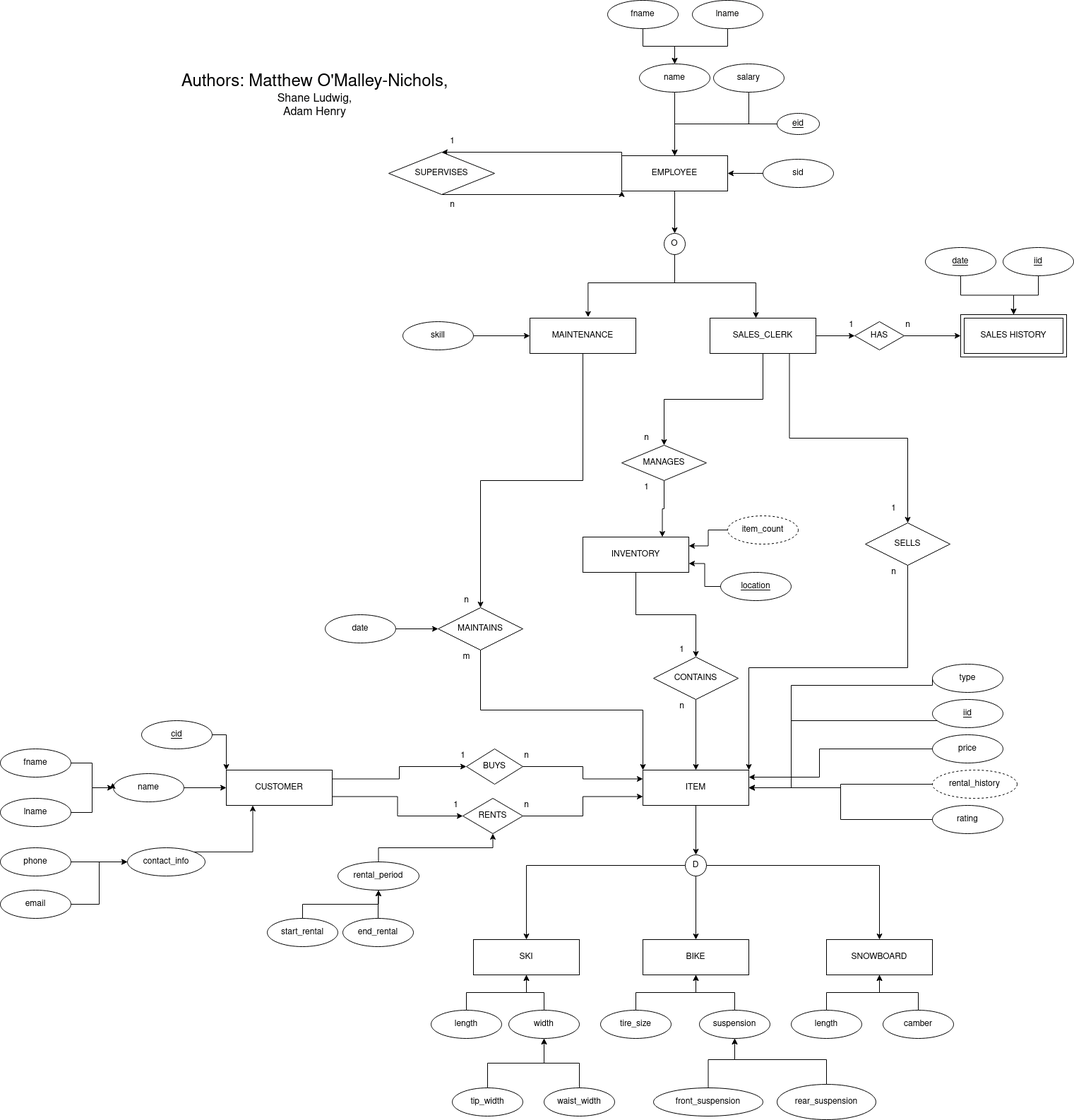
The draw.io diagram BikeShop.png in ajh416/BikeShop, before a commit. Source tidied: cells renumbered, new cells last; positions are measured from the earlier drawing's top-left corner, leaving out a move shared by most shapes.
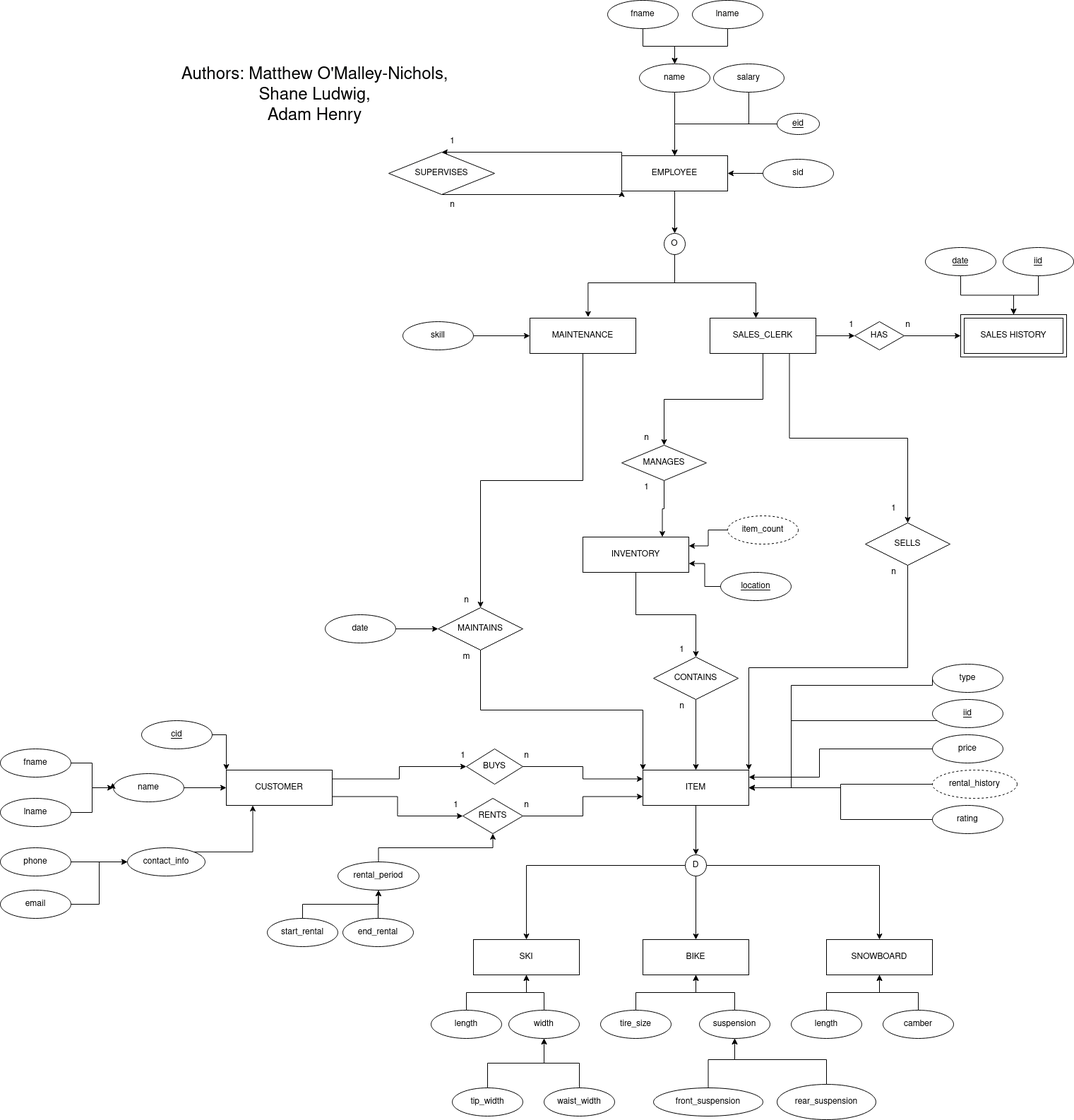
The same file after the commit.

Diff of the diagram source:
```diff
@@ -471,8 +471,8 @@
     <mxCell id="134" value="item_count" style="ellipse;whiteSpace=wrap;html=1;align=center;dashed=1;" parent="1" vertex="1">
       <mxGeometry x="1030" y="730" width="100" height="40" as="geometry" />
     </mxCell>
-    <mxCell id="135" value="&lt;div&gt;&lt;font style=&quot;font-size: 24px;&quot;&gt;Authors: Matthew O'Malley-Nichols,&lt;/font&gt;&lt;/div&gt;&lt;div&gt;&lt;font size=&quot;3&quot;&gt;Shane Ludwig,&lt;/font&gt;&lt;/div&gt;&lt;div&gt;&lt;font size=&quot;3&quot;&gt;Adam Henry&lt;br&gt;&lt;/font&gt;&lt;/div&gt;" style="text;html=1;align=center;verticalAlign=middle;strokeColor=none;fillColor=none;" parent="1" vertex="1">
-      <mxGeometry x="150" y="80" width="590" height="110" as="geometry" />
+    <mxCell id="135" value="&lt;div&gt;&lt;font style=&quot;font-size: 24px;&quot;&gt;Authors: Matthew O'Malley-Nichols,&lt;/font&gt;&lt;/div&gt;&lt;div&gt;&lt;font style=&quot;font-size: 24px;&quot;&gt;Shane Ludwig,&lt;/font&gt;&lt;/div&gt;&lt;div&gt;&lt;font style=&quot;font-size: 24px;&quot;&gt;Adam Henry&lt;br&gt;&lt;/font&gt;&lt;/div&gt;" style="text;html=1;align=center;verticalAlign=middle;strokeColor=none;fillColor=none;" parent="1" vertex="1">
+      <mxGeometry x="150" y="65" width="590" height="140" as="geometry" />
     </mxCell>
   </root>
 </mxGraphModel>
```
